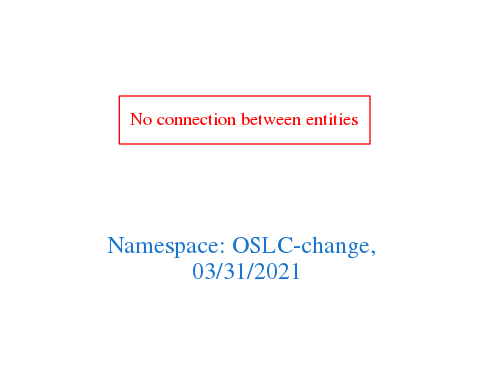
Earlier version of the Graphviz export downloads/OSLC-change.png (arago/OGIT). Its source is kept beside it as downloads/OSLC-change.dot.
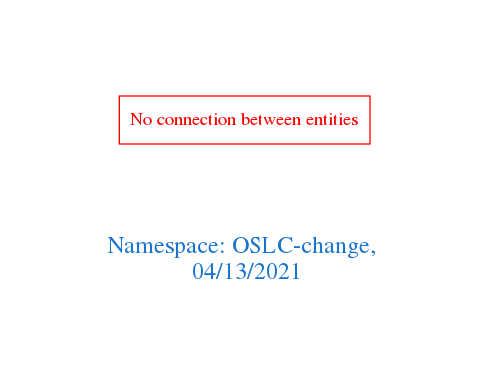
Above is the later version.

Change to the diagram source:
```diff
@@ -1,7 +1,7 @@
 digraph OGIT_ontology {
  graph [ rankdir= LR,pad=1
 fontsize = 18,
-fontcolor= dodgerblue3,label = "\n\n\nNamespace: OSLC-change, \n 03/31/2021"];
+fontcolor= dodgerblue3,label = "\n\n\nNamespace: OSLC-change, \n 04/13/2021"];
 node[shape=polygon];
 edge [  color="gray81"];
 
```
